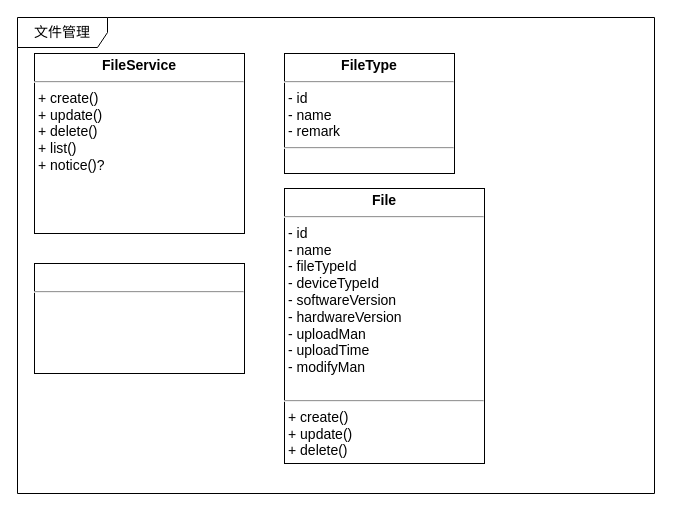
Earlier version of the draw.io diagram IOTManage/class-file.drawio (waterwatermelon/graph). Source tidied: cells renumbered, new cells numbered last; positions are measured from the earlier drawing's top-left corner, leaving out a move shared by most shapes. Both pictures are drawn from the tidied source at 100%, with x=0, y=0 at pixel (17, 17).
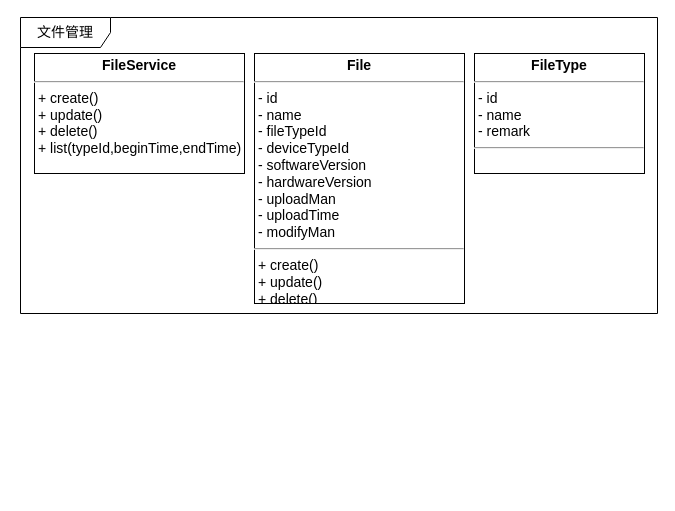
The same diagram, later.

The edit, as a diff of the source:
```diff
@@
 <mxGraphModel>
   <root>
     <mxCell id="0" />
     <mxCell id="1" parent="0" />
     <mxCell id="2" value="文件管理" style="shape=umlFrame;whiteSpace=wrap;html=1;rounded=0;shadow=0;comic=0;labelBackgroundColor=none;strokeColor=#000000;strokeWidth=1;fillColor=#ffffff;fontFamily=Verdana;fontSize=14;fontColor=#000000;align=center;width=90;height=30;" parent="1" vertex="1">
-      <mxGeometry width="637" height="476" as="geometry" />
+      <mxGeometry x="3" width="637" height="296" as="geometry" />
     </mxCell>
-    <mxCell id="3" value="&lt;p style=&quot;margin: 4px 0px 0px ; text-align: center ; font-size: 14px&quot;&gt;&lt;b&gt;FileService&lt;/b&gt;&lt;/p&gt;&lt;hr style=&quot;font-size: 14px&quot;&gt;&lt;p style=&quot;margin: 0px 0px 0px 4px ; font-size: 14px&quot;&gt;+ create()&lt;/p&gt;&lt;p style=&quot;margin: 0px 0px 0px 4px ; font-size: 14px&quot;&gt;+ update()&lt;/p&gt;&lt;p style=&quot;margin: 0px 0px 0px 4px ; font-size: 14px&quot;&gt;+ delete()&lt;/p&gt;&lt;p style=&quot;margin: 0px 0px 0px 4px ; font-size: 14px&quot;&gt;+ list()&lt;/p&gt;&lt;p style=&quot;margin: 0px 0px 0px 4px ; font-size: 14px&quot;&gt;+ notice()?&lt;/p&gt;" style="verticalAlign=top;align=left;overflow=fill;fontSize=14;fontFamily=Helvetica;html=1;" parent="1" vertex="1">
-      <mxGeometry x="17" y="36" width="210" height="180" as="geometry" />
+    <mxCell id="3" value="&lt;p style=&quot;margin: 4px 0px 0px ; text-align: center ; font-size: 14px&quot;&gt;&lt;b&gt;FileService&lt;/b&gt;&lt;/p&gt;&lt;hr style=&quot;font-size: 14px&quot;&gt;&lt;p style=&quot;margin: 0px 0px 0px 4px ; font-size: 14px&quot;&gt;+ create()&lt;/p&gt;&lt;p style=&quot;margin: 0px 0px 0px 4px ; font-size: 14px&quot;&gt;+ update()&lt;/p&gt;&lt;p style=&quot;margin: 0px 0px 0px 4px ; font-size: 14px&quot;&gt;+ delete()&lt;/p&gt;&lt;p style=&quot;margin: 0px 0px 0px 4px ; font-size: 14px&quot;&gt;+ list(typeId,beginTime,endTime)&lt;/p&gt;" style="verticalAlign=top;align=left;overflow=fill;fontSize=14;fontFamily=Helvetica;html=1;" parent="1" vertex="1">
+      <mxGeometry x="17" y="36" width="210" height="120" as="geometry" />
     </mxCell>
-    <mxCell id="4" value="&lt;p style=&quot;margin: 4px 0px 0px ; text-align: center ; font-size: 14px&quot;&gt;&lt;br&gt;&lt;/p&gt;&lt;hr style=&quot;font-size: 14px&quot;&gt;&lt;p style=&quot;margin: 0px 0px 0px 4px ; font-size: 14px&quot;&gt;&lt;br&gt;&lt;/p&gt;" style="verticalAlign=top;align=left;overflow=fill;fontSize=14;fontFamily=Helvetica;html=1;" parent="1" vertex="1">
-      <mxGeometry x="17" y="246" width="210" height="110" as="geometry" />
-    </mxCell>
-    <mxCell id="5" value="&lt;p style=&quot;margin: 4px 0px 0px ; text-align: center ; font-size: 14px&quot;&gt;&lt;b&gt;File&lt;/b&gt;&lt;br&gt;&lt;/p&gt;&lt;hr style=&quot;font-size: 14px&quot;&gt;&lt;p style=&quot;margin: 0px 0px 0px 4px ; font-size: 14px&quot;&gt;- id&lt;/p&gt;&lt;p style=&quot;margin: 0px 0px 0px 4px ; font-size: 14px&quot;&gt;- name&lt;/p&gt;&lt;p style=&quot;margin: 0px 0px 0px 4px ; font-size: 14px&quot;&gt;- fileTypeId&lt;/p&gt;&lt;p style=&quot;margin: 0px 0px 0px 4px ; font-size: 14px&quot;&gt;- deviceTypeId&lt;/p&gt;&lt;p style=&quot;margin: 0px 0px 0px 4px ; font-size: 14px&quot;&gt;- softwareVersion&lt;/p&gt;&lt;p style=&quot;margin: 0px 0px 0px 4px ; font-size: 14px&quot;&gt;- hardwareVersion&lt;/p&gt;&lt;p style=&quot;margin: 0px 0px 0px 4px ; font-size: 14px&quot;&gt;- uploadMan&lt;/p&gt;&lt;p style=&quot;margin: 0px 0px 0px 4px ; font-size: 14px&quot;&gt;- uploadTime&lt;/p&gt;&lt;p style=&quot;margin: 0px 0px 0px 4px ; font-size: 14px&quot;&gt;- modifyMan&lt;/p&gt;&lt;p style=&quot;margin: 0px 0px 0px 4px ; font-size: 14px&quot;&gt;&lt;br&gt;&lt;/p&gt;&lt;hr style=&quot;font-size: 14px&quot;&gt;&lt;p style=&quot;margin: 0px 0px 0px 4px ; font-size: 14px&quot;&gt;+ create()&lt;/p&gt;&lt;p style=&quot;margin: 0px 0px 0px 4px ; font-size: 14px&quot;&gt;+ update()&lt;/p&gt;&lt;p style=&quot;margin: 0px 0px 0px 4px ; font-size: 14px&quot;&gt;+ delete()&lt;/p&gt;" style="verticalAlign=top;align=left;overflow=fill;fontSize=14;fontFamily=Helvetica;html=1;" parent="1" vertex="1">
-      <mxGeometry x="267" y="171" width="200" height="275" as="geometry" />
+    <mxCell id="5" value="&lt;p style=&quot;margin: 4px 0px 0px ; text-align: center ; font-size: 14px&quot;&gt;&lt;b&gt;File&lt;/b&gt;&lt;br&gt;&lt;/p&gt;&lt;hr style=&quot;font-size: 14px&quot;&gt;&lt;p style=&quot;margin: 0px 0px 0px 4px ; font-size: 14px&quot;&gt;- id&lt;/p&gt;&lt;p style=&quot;margin: 0px 0px 0px 4px ; font-size: 14px&quot;&gt;- name&lt;/p&gt;&lt;p style=&quot;margin: 0px 0px 0px 4px ; font-size: 14px&quot;&gt;- fileTypeId&lt;/p&gt;&lt;p style=&quot;margin: 0px 0px 0px 4px ; font-size: 14px&quot;&gt;- deviceTypeId&lt;/p&gt;&lt;p style=&quot;margin: 0px 0px 0px 4px ; font-size: 14px&quot;&gt;- softwareVersion&lt;/p&gt;&lt;p style=&quot;margin: 0px 0px 0px 4px ; font-size: 14px&quot;&gt;- hardwareVersion&lt;/p&gt;&lt;p style=&quot;margin: 0px 0px 0px 4px ; font-size: 14px&quot;&gt;- uploadMan&lt;/p&gt;&lt;p style=&quot;margin: 0px 0px 0px 4px ; font-size: 14px&quot;&gt;- uploadTime&lt;/p&gt;&lt;p style=&quot;margin: 0px 0px 0px 4px ; font-size: 14px&quot;&gt;- modifyMan&lt;/p&gt;&lt;hr style=&quot;font-size: 14px&quot;&gt;&lt;p style=&quot;margin: 0px 0px 0px 4px ; font-size: 14px&quot;&gt;+ create()&lt;/p&gt;&lt;p style=&quot;margin: 0px 0px 0px 4px ; font-size: 14px&quot;&gt;+ update()&lt;/p&gt;&lt;p style=&quot;margin: 0px 0px 0px 4px ; font-size: 14px&quot;&gt;+ delete()&lt;/p&gt;" style="verticalAlign=top;align=left;overflow=fill;fontSize=14;fontFamily=Helvetica;html=1;" parent="1" vertex="1">
+      <mxGeometry x="237" y="36" width="210" height="250" as="geometry" />
     </mxCell>
     <mxCell id="6" value="&lt;p style=&quot;margin: 4px 0px 0px ; text-align: center ; font-size: 14px&quot;&gt;&lt;b&gt;FileType&lt;/b&gt;&lt;br&gt;&lt;/p&gt;&lt;hr style=&quot;font-size: 14px&quot;&gt;&lt;p style=&quot;margin: 0px 0px 0px 4px ; font-size: 14px&quot;&gt;- id&lt;/p&gt;&lt;p style=&quot;margin: 0px 0px 0px 4px ; font-size: 14px&quot;&gt;- name&lt;/p&gt;&lt;p style=&quot;margin: 0px 0px 0px 4px ; font-size: 14px&quot;&gt;- remark&lt;/p&gt;&lt;hr style=&quot;font-size: 14px&quot;&gt;&lt;p style=&quot;margin: 0px 0px 0px 4px ; font-size: 14px&quot;&gt;&lt;br&gt;&lt;/p&gt;" style="verticalAlign=top;align=left;overflow=fill;fontSize=14;fontFamily=Helvetica;html=1;" parent="1" vertex="1">
-      <mxGeometry x="267" y="36" width="170" height="120" as="geometry" />
+      <mxGeometry x="457" y="36" width="170" height="120" as="geometry" />
     </mxCell>
   </root>
 </mxGraphModel>
```
